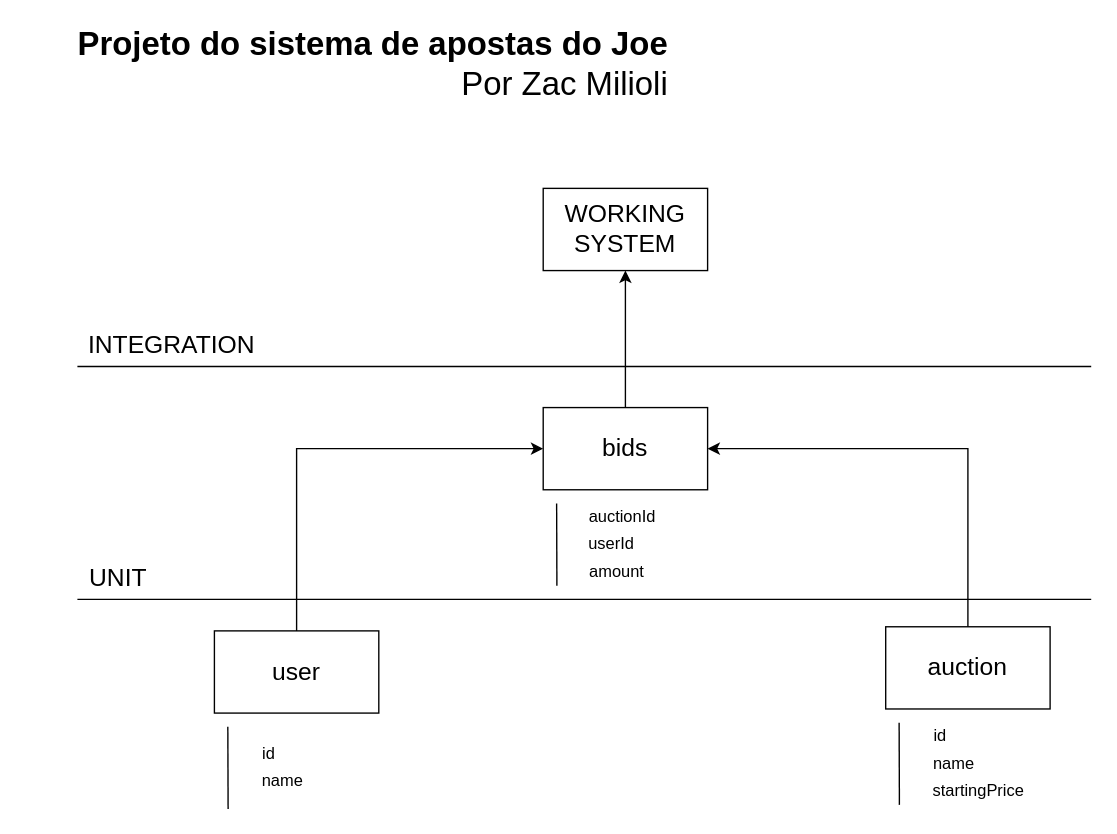
Zac-Milioli/backend-2-e-devops keeps this draw.io diagram as docs/estrutura_sistema_leilao.drawio. Above is the earlier version. Source tidied: cells renumbered, new cells numbered last; positions are measured from the earlier drawing's top-left corner, leaving out a move shared by most shapes. Both pictures are drawn from the tidied source at 137%, with x=0, y=0 at pixel (23, 42).
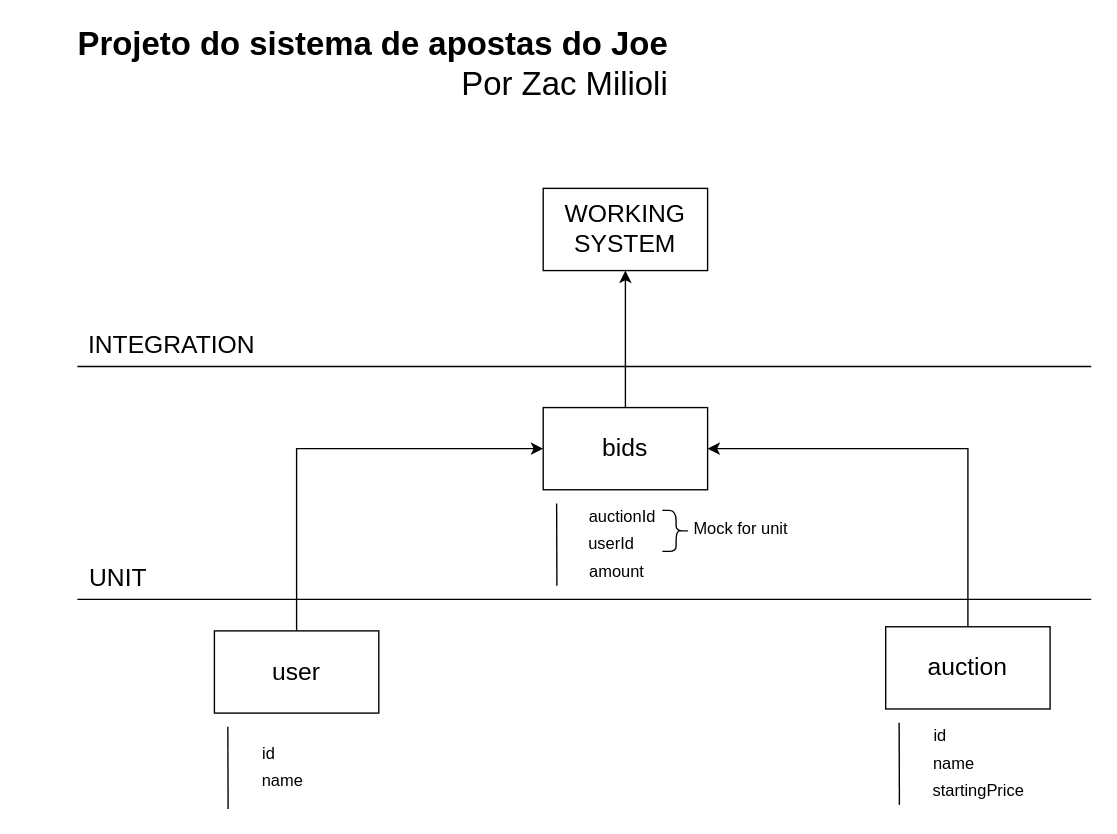
Above is the later version.

What changed in the source:
```diff
@@
+    <mxCell id="33" style="shape=curlyBracket;whiteSpace=wrap;html=1;rounded=1;flipH=1;labelPosition=right;verticalLabelPosition=middle;align=left;verticalAlign=middle;" parent="1" vertex="1">
+      <mxGeometry x="466" y="341" width="20" height="30" as="geometry" />
+    </mxCell>
+    <mxCell id="34" value="Mock for unit" style="text;html=1;align=center;verticalAlign=middle;whiteSpace=wrap;rounded=0;" parent="1" vertex="1">
+      <mxGeometry x="467" y="340" width="113" height="30" as="geometry" />
+    </mxCell>
```
